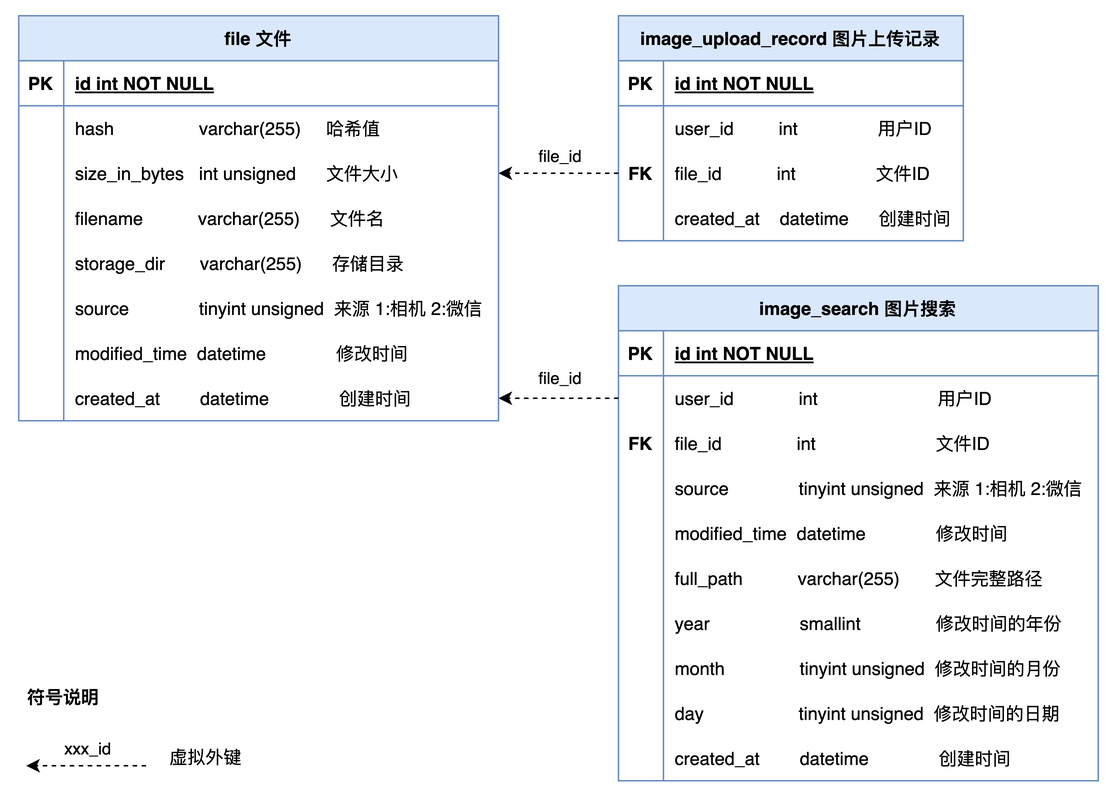
The draw.io diagram docs/images/数据库.png in aoeai/aoemedia-server, before a commit. Source tidied: cells renumbered, new cells last; positions are measured from the earlier drawing's top-left corner, leaving out a move shared by most shapes.
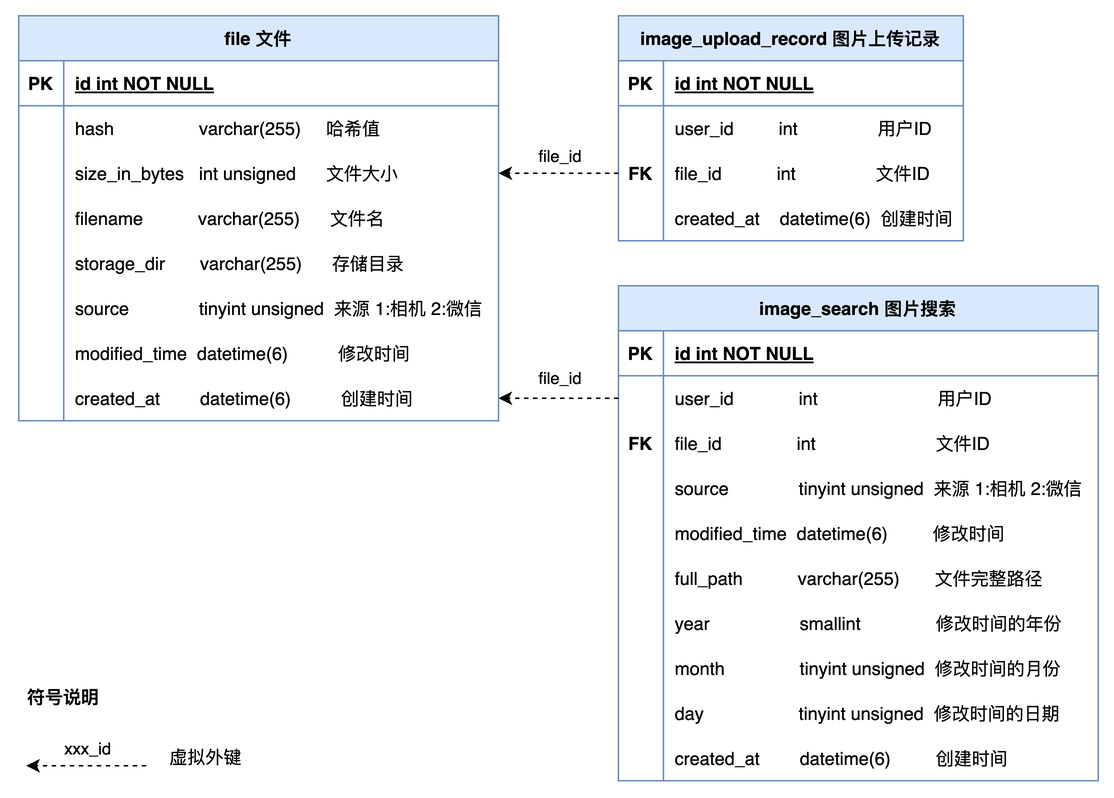
Later version of the same file.

What changed in the source:
```diff
@@ -65,7 +65,7 @@
     <mxCell id="22" style="shape=partialRectangle;overflow=hidden;fillColor=none;strokeColor=inherit;top=0;left=0;bottom=0;right=0;" parent="21" vertex="1">
       <mxGeometry width="30" height="30" as="geometry" />
     </mxCell>
-    <mxCell id="23" value="modified_time  datetime              修改时间" style="shape=partialRectangle;overflow=hidden;fillColor=none;align=left;strokeColor=inherit;top=0;left=0;bottom=0;right=0;spacingLeft=6;" parent="21" vertex="1">
+    <mxCell id="23" value="modified_time  datetime(6)          修改时间" style="shape=partialRectangle;overflow=hidden;fillColor=none;align=left;strokeColor=inherit;top=0;left=0;bottom=0;right=0;spacingLeft=6;" parent="21" vertex="1">
       <mxGeometry x="30" width="290" height="30" as="geometry" />
     </mxCell>
     <mxCell id="24" style="shape=tableRow;horizontal=0;startSize=0;swimlaneHead=0;swimlaneBody=0;fillColor=none;points=[[0,0.5],[1,0.5]];portConstraint=eastwest;strokeColor=inherit;top=0;left=0;right=0;bottom=0;" parent="2" vertex="1">
@@ -74,7 +74,7 @@
     <mxCell id="25" style="shape=partialRectangle;overflow=hidden;fillColor=none;strokeColor=inherit;top=0;left=0;bottom=0;right=0;" parent="24" vertex="1">
       <mxGeometry width="30" height="30" as="geometry" />
     </mxCell>
-    <mxCell id="26" value="created_at        datetime              创建时间" style="shape=partialRectangle;overflow=hidden;fillColor=none;align=left;strokeColor=inherit;top=0;left=0;bottom=0;right=0;spacingLeft=6;" parent="24" vertex="1">
+    <mxCell id="26" value="created_at        datetime(6)          创建时间" style="shape=partialRectangle;overflow=hidden;fillColor=none;align=left;strokeColor=inherit;top=0;left=0;bottom=0;right=0;spacingLeft=6;" parent="24" vertex="1">
       <mxGeometry x="30" width="290" height="30" as="geometry" />
     </mxCell>
     <mxCell id="27" value="image_upload_record 图片上传记录" style="shape=table;startSize=30;rowLines=0;fontStyle=1;align=center;fillColor=#dae8fc;strokeColor=#6c8ebf;" parent="1" vertex="1">
@@ -113,7 +113,7 @@
     <mxCell id="38" style="shape=partialRectangle;overflow=hidden;fillColor=none;strokeColor=inherit;top=0;left=0;bottom=0;right=0;" parent="37" vertex="1">
       <mxGeometry width="30" height="30" as="geometry" />
     </mxCell>
-    <mxCell id="39" value="created_at    datetime      创建时间" style="shape=partialRectangle;overflow=hidden;fillColor=none;align=left;strokeColor=inherit;top=0;left=0;bottom=0;right=0;spacingLeft=6;" parent="37" vertex="1">
+    <mxCell id="39" value="created_at    datetime(6)  创建时间" style="shape=partialRectangle;overflow=hidden;fillColor=none;align=left;strokeColor=inherit;top=0;left=0;bottom=0;right=0;spacingLeft=6;" parent="37" vertex="1">
       <mxGeometry x="30" width="200" height="30" as="geometry" />
     </mxCell>
     <mxCell id="40" style="edgeStyle=orthogonalEdgeStyle;rounded=0;jettySize=auto;html=1;entryX=1;entryY=0.5;entryDx=0;entryDy=0;dashed=1;" parent="1" edge="1" source="34" target="9">
@@ -186,7 +186,7 @@
     <mxCell id="60" style="shape=partialRectangle;overflow=hidden;fillColor=none;strokeColor=inherit;top=0;left=0;bottom=0;right=0;" parent="59" vertex="1">
       <mxGeometry width="30" height="30" as="geometry" />
     </mxCell>
-    <mxCell id="61" value="modified_time  datetime              修改时间" style="shape=partialRectangle;overflow=hidden;fillColor=none;align=left;strokeColor=inherit;top=0;left=0;bottom=0;right=0;spacingLeft=6;" parent="59" vertex="1">
+    <mxCell id="61" value="modified_time  datetime(6)         修改时间" style="shape=partialRectangle;overflow=hidden;fillColor=none;align=left;strokeColor=inherit;top=0;left=0;bottom=0;right=0;spacingLeft=6;" parent="59" vertex="1">
       <mxGeometry x="30" width="290" height="30" as="geometry" />
     </mxCell>
     <mxCell id="62" style="shape=tableRow;horizontal=0;startSize=0;swimlaneHead=0;swimlaneBody=0;fillColor=none;strokeColor=inherit;top=0;left=0;right=0;bottom=0;" parent="46" vertex="1">
@@ -231,7 +231,7 @@
     <mxCell id="75" style="shape=partialRectangle;overflow=hidden;fillColor=none;strokeColor=inherit;top=0;left=0;bottom=0;right=0;" parent="74" vertex="1">
       <mxGeometry width="30" height="30" as="geometry" />
     </mxCell>
-    <mxCell id="76" value="created_at        datetime              创建时间" style="shape=partialRectangle;overflow=hidden;fillColor=none;align=left;strokeColor=inherit;top=0;left=0;bottom=0;right=0;spacingLeft=6;" parent="74" vertex="1">
+    <mxCell id="76" value="created_at        datetime(6)         创建时间" style="shape=partialRectangle;overflow=hidden;fillColor=none;align=left;strokeColor=inherit;top=0;left=0;bottom=0;right=0;spacingLeft=6;" parent="74" vertex="1">
       <mxGeometry x="30" width="290" height="30" as="geometry" />
     </mxCell>
     <mxCell id="77" style="edgeStyle=orthogonalEdgeStyle;rounded=0;jettySize=auto;html=1;entryX=1;entryY=0.5;entryDx=0;entryDy=0;dashed=1;" parent="1" edge="1" source="50" target="24">
```
